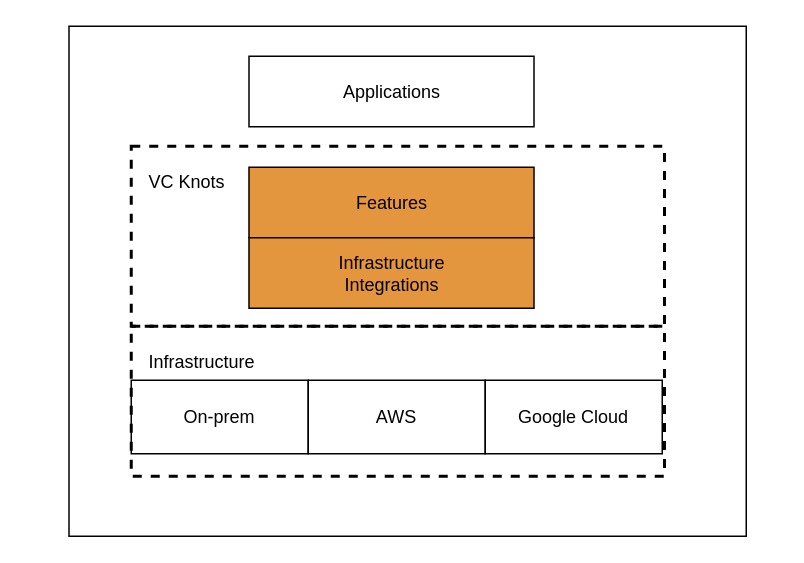
trustknots/vcknots keeps this draw.io diagram as docusaurus/static/img/docs/overview.drawio. Above is the earlier version. Source tidied: cells renumbered, new cells numbered last; positions are measured from the earlier drawing's top-left corner, leaving out a move shared by most shapes. Both pictures are drawn from the tidied source at 150%, with x=0, y=0 at pixel (68, 26).
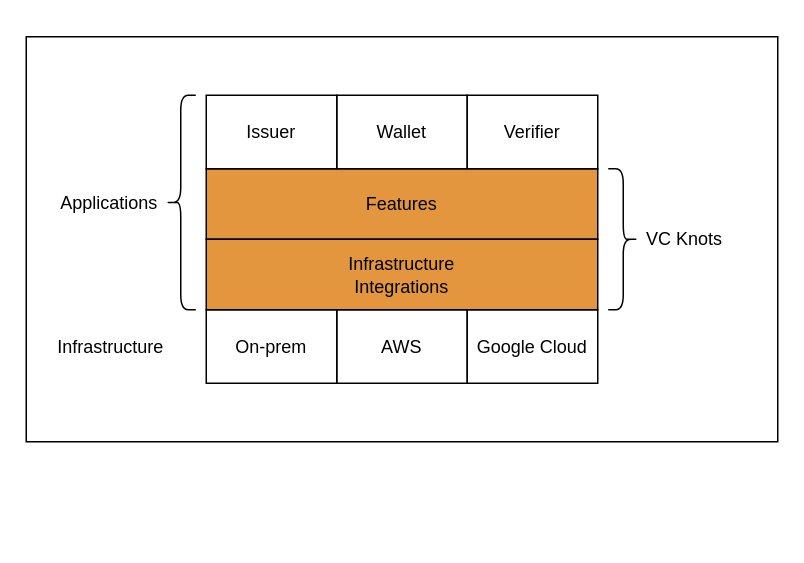
The same diagram, later.

Commit message (it also covers changes not shown here):
docs(architecture-overview): address review comments

The edit, as a diff of the source:
```diff
@@
 <mxGraphModel>
   <root>
     <mxCell id="0" />
     <mxCell id="1" parent="0" />
     <mxCell id="2" style="rounded=0;whiteSpace=wrap;html=1;" parent="1" vertex="1">
-      <mxGeometry x="0.5" width="451.5" height="340" as="geometry" />
+      <mxGeometry x="-28" y="7" width="501" height="270" as="geometry" />
     </mxCell>
-    <mxCell id="3" value="Infrastructure" style="rounded=0;whiteSpace=wrap;html=1;align=left;verticalAlign=top;spacingLeft=10;spacingTop=10;strokeColor=default;strokeWidth=2;fillColor=none;dashed=1;" parent="1" vertex="1">
-      <mxGeometry x="42" y="200" width="355.5" height="100" as="geometry" />
-    </mxCell>
-    <mxCell id="4" value="Applications" style="rounded=0;whiteSpace=wrap;html=1;align=center;verticalAlign=middle;fillColor=none;" parent="1" vertex="1">
-      <mxGeometry x="120.5" y="20" width="190" height="47" as="geometry" />
-    </mxCell>
-    <mxCell id="5" value="VC Knots" style="rounded=0;whiteSpace=wrap;html=1;align=left;verticalAlign=top;spacingLeft=10;spacingTop=10;strokeColor=default;strokeWidth=2;fillColor=none;dashed=1;" parent="1" vertex="1">
-      <mxGeometry x="42" y="80" width="355.5" height="120" as="geometry" />
-    </mxCell>
-    <mxCell id="6" value="Features" style="rounded=0;whiteSpace=wrap;html=1;align=center;verticalAlign=middle;fillColor=light-dark(#E3963E,#E3963E);" parent="1" vertex="1">
-      <mxGeometry x="120.5" y="94" width="190" height="47" as="geometry" />
+    <mxCell id="6" value="Features" style="rounded=0;whiteSpace=wrap;html=1;align=center;verticalAlign=middle;fillColor=light-dark(#E3963E,#E3963E);imageWidth=25;" parent="1" vertex="1">
+      <mxGeometry x="92" y="95" width="261" height="47" as="geometry" />
     </mxCell>
-    <mxCell id="7" value="Infrastructure&#10;Integrations" style="rounded=0;whiteSpace=wrap;html=1;align=center;verticalAlign=middle;fillColor=light-dark(#E3963E,#E3963E);" parent="1" vertex="1">
-      <mxGeometry x="120.5" y="141" width="190" height="47" as="geometry" />
+    <mxCell id="7" value="Infrastructure&#10;Integrations" style="rounded=0;whiteSpace=wrap;html=1;align=center;verticalAlign=middle;fillColor=light-dark(#E3963E,#E3963E);imageWidth=26;" parent="1" vertex="1">
+      <mxGeometry x="92" y="142" width="261" height="47" as="geometry" />
     </mxCell>
     <mxCell id="8" value="On-prem" style="rounded=0;whiteSpace=wrap;html=1;align=center;verticalAlign=middle;fillColor=none;" parent="1" vertex="1">
-      <mxGeometry x="42" y="236" width="118" height="49" as="geometry" />
+      <mxGeometry x="92" y="189" width="87" height="49" as="geometry" />
     </mxCell>
     <mxCell id="9" value="AWS" style="rounded=0;whiteSpace=wrap;html=1;align=center;verticalAlign=middle;fillColor=none;" parent="1" vertex="1">
-      <mxGeometry x="160" y="236" width="118" height="49" as="geometry" />
+      <mxGeometry x="179" y="189" width="87" height="49" as="geometry" />
     </mxCell>
     <mxCell id="10" value="Google Cloud" style="rounded=0;whiteSpace=wrap;html=1;align=center;verticalAlign=middle;fillColor=none;" parent="1" vertex="1">
-      <mxGeometry x="278" y="236" width="118" height="49" as="geometry" />
+      <mxGeometry x="266" y="189" width="87" height="49" as="geometry" />
     </mxCell>
+    <mxCell id="3" value="Infrastructure" style="rounded=0;whiteSpace=wrap;html=1;align=center;verticalAlign=middle;fillColor=none;strokeColor=none;" parent="1" vertex="1">
+      <mxGeometry x="-17" y="189" width="91" height="49" as="geometry" />
+    </mxCell>
+    <mxCell id="5" value="VC Knots" style="rounded=0;whiteSpace=wrap;html=1;align=center;verticalAlign=middle;fillColor=none;strokeColor=none;" parent="1" vertex="1">
+      <mxGeometry x="376" y="98" width="70" height="88" as="geometry" />
+    </mxCell>
+    <mxCell id="4" value="Applications" style="rounded=0;whiteSpace=wrap;html=1;align=center;verticalAlign=middle;fillColor=none;strokeColor=none;" parent="1" vertex="1">
+      <mxGeometry x="-17" y="93" width="89" height="49" as="geometry" />
+    </mxCell>
+    <mxCell id="11" value="Issuer" style="rounded=0;whiteSpace=wrap;html=1;align=center;verticalAlign=middle;fillColor=none;" parent="1" vertex="1">
+      <mxGeometry x="92" y="46" width="87" height="49" as="geometry" />
+    </mxCell>
+    <mxCell id="12" value="Wallet" style="rounded=0;whiteSpace=wrap;html=1;align=center;verticalAlign=middle;fillColor=none;" parent="1" vertex="1">
+      <mxGeometry x="179" y="46" width="87" height="49" as="geometry" />
+    </mxCell>
+    <mxCell id="13" value="Verifier" style="rounded=0;whiteSpace=wrap;html=1;align=center;verticalAlign=middle;fillColor=none;" parent="1" vertex="1">
+      <mxGeometry x="266" y="46" width="87" height="49" as="geometry" />
+    </mxCell>
+    <mxCell id="14" style="shape=curlyBracket;whiteSpace=wrap;html=1;rounded=1;labelPosition=left;verticalLabelPosition=middle;align=right;verticalAlign=middle;" parent="1" vertex="1">
+      <mxGeometry x="65" y="46" width="20" height="143" as="geometry" />
+    </mxCell>
+    <mxCell id="15" style="shape=curlyBracket;whiteSpace=wrap;html=1;rounded=1;labelPosition=left;verticalLabelPosition=middle;align=right;verticalAlign=middle;rotation=-180;" parent="1" vertex="1">
+      <mxGeometry x="360" y="95" width="20" height="94" as="geometry" />
+    </mxCell>
   </root>
 </mxGraphModel>
```
